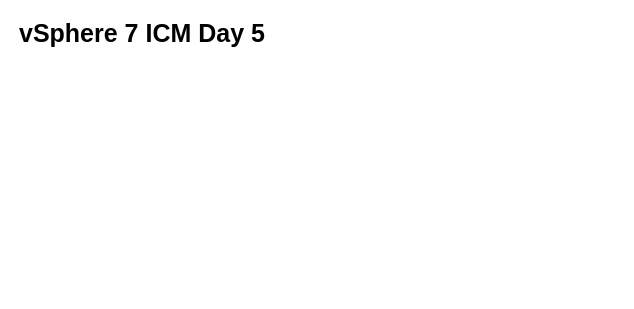
Above: page "Page-2" (2 of 3) of vSphere7ICMday5.drawio in taupoali/vmwarediagrams (draw.io), before the change. Source tidied: cells renumbered, new cells numbered last; positions are measured from the earlier drawing's top-left corner, leaving out a move shared by most shapes. Both pictures are drawn from the tidied source at 100%, with x=0, y=0 at pixel (17, 22).
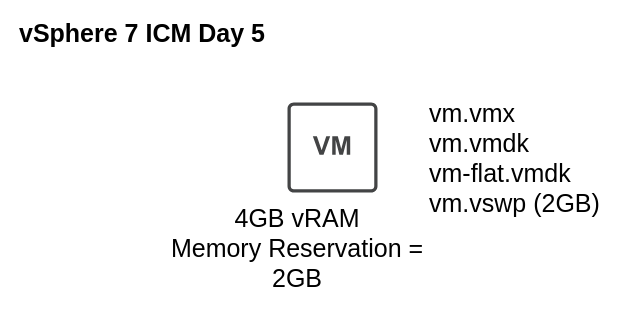
After the change.

What changed in the source:
```diff
@@
 <mxGraphModel>
   <root>
     <mxCell id="0" />
     <mxCell id="1" parent="0" />
     <mxCell id="2" value="vSphere 7 ICM Day 5" style="text;html=1;strokeColor=none;fillColor=none;align=left;verticalAlign=middle;whiteSpace=wrap;rounded=0;fontStyle=1;fontSize=25;" parent="1" vertex="1">
       <mxGeometry width="290" height="20" as="geometry" />
     </mxCell>
+    <mxCell id="3" style="shadow=0;dashed=0;html=1;strokeColor=none;fillColor=#434445;labelPosition=center;verticalLabelPosition=bottom;verticalAlign=top;align=center;shape=mxgraph.vvd.virtual_machine;fontSize=25;" parent="1" vertex="1">
+      <mxGeometry x="270" y="80" width="90" height="90" as="geometry" />
+    </mxCell>
+    <mxCell id="4" value="vm.vmx&lt;br&gt;vm.vmdk&lt;br&gt;vm-flat.vmdk&lt;br&gt;vm.vswp (2GB)" style="text;html=1;strokeColor=none;fillColor=none;align=left;verticalAlign=middle;whiteSpace=wrap;rounded=0;fontSize=25;" parent="1" vertex="1">
+      <mxGeometry x="410" y="80" width="190" height="110" as="geometry" />
+    </mxCell>
+    <mxCell id="5" value="4GB vRAM&lt;br&gt;Memory Reservation = 2GB" style="text;html=1;strokeColor=none;fillColor=none;align=center;verticalAlign=middle;whiteSpace=wrap;rounded=0;fontSize=25;" parent="1" vertex="1">
+      <mxGeometry x="140" y="200" width="280" height="50" as="geometry" />
+    </mxCell>
   </root>
 </mxGraphModel>
```
